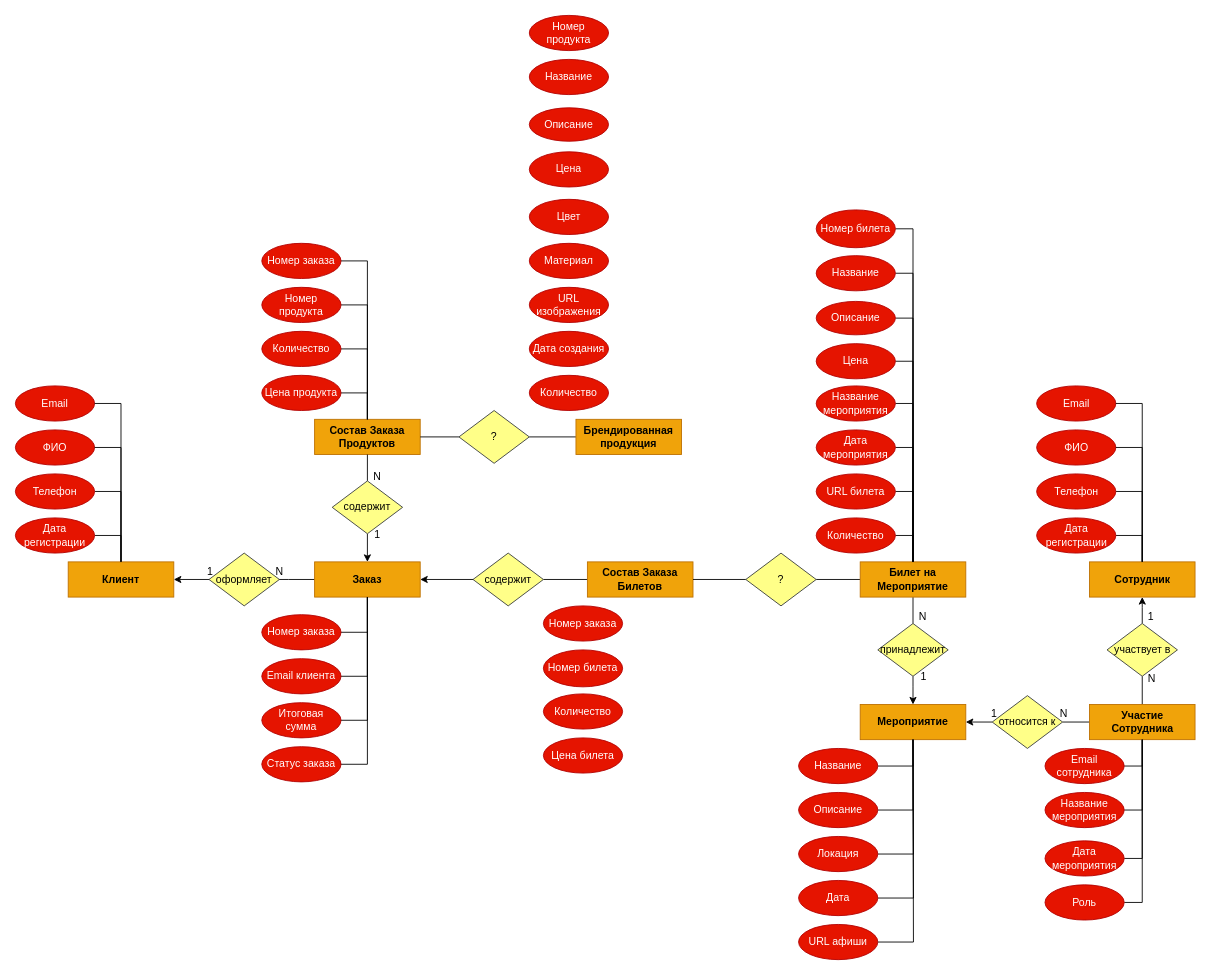
Earlier version of the draw.io diagram ud1.drawio (softqwak/ud). Source tidied: cells renumbered, new cells numbered last; positions are measured from the earlier drawing's top-left corner, leaving out a move shared by most shapes. Both pictures are drawn from the tidied source at 88%, with x=0, y=0 at pixel (15, 15).
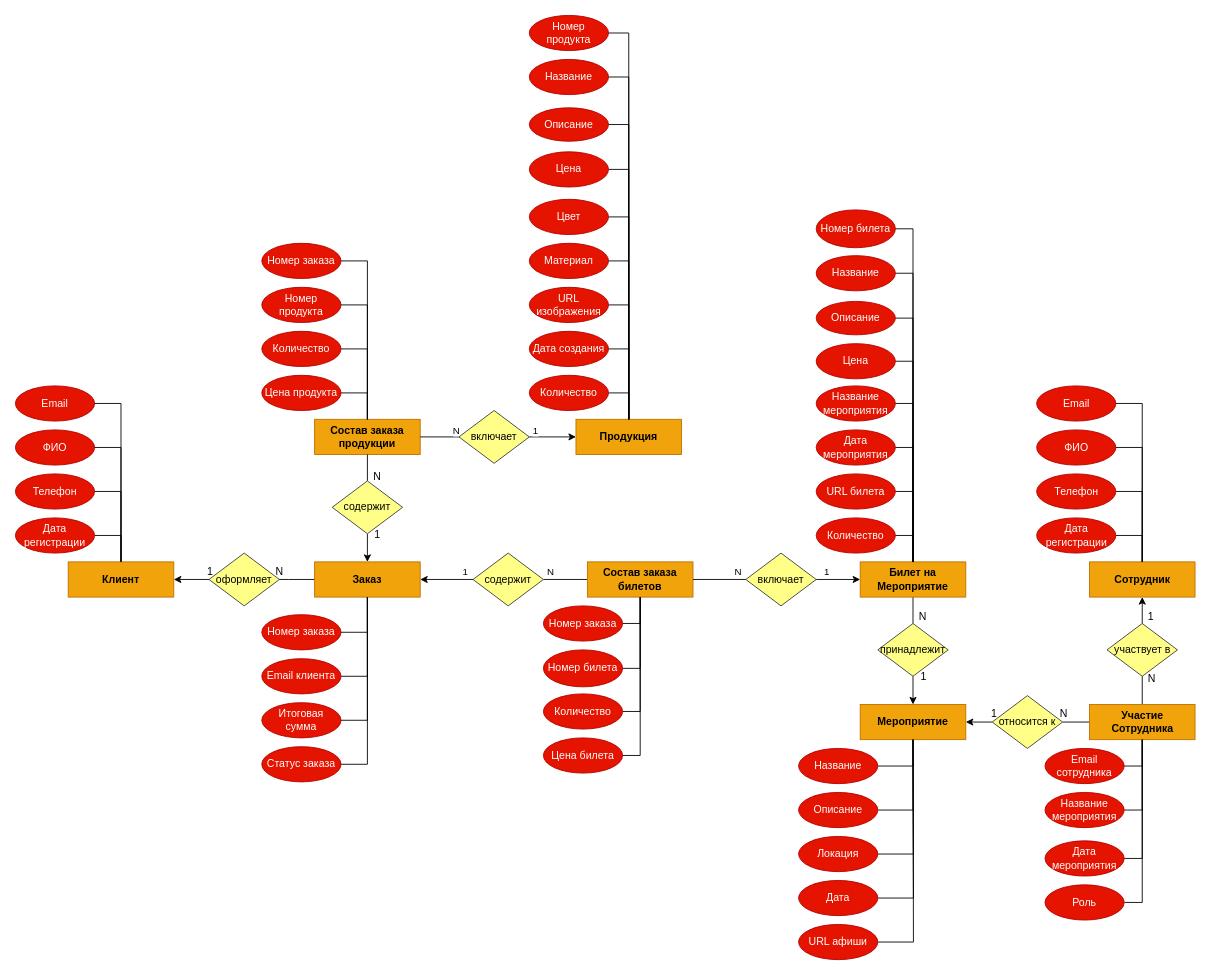
After the change.

The change refers to these unchanged cells:
```xml
<mxCell id="29" value="Билет на Мероприятие" style="rounded=0;whiteSpace=wrap;html=1;fillColor=#f0a30a;fontColor=#000000;strokeColor=#BD7000;fontStyle=1;" parent="1" vertex="1">
  <mxGeometry x="960" y="621" width="120" height="40" as="geometry" />
</mxCell>
<mxCell id="44" value="Номер продукта" style="ellipse;whiteSpace=wrap;html=1;fillColor=#e51400;fontColor=#ffffff;strokeColor=#B20000;" parent="1" vertex="1">
  <mxGeometry x="584" width="90" height="40" as="geometry" />
</mxCell>
<mxCell id="45" value="Цвет" style="ellipse;whiteSpace=wrap;html=1;fillColor=#e51400;fontColor=#ffffff;strokeColor=#B20000;" parent="1" vertex="1">
  <mxGeometry x="584" y="209" width="90" height="40" as="geometry" />
</mxCell>
<mxCell id="46" value="Материал" style="ellipse;whiteSpace=wrap;html=1;fillColor=#e51400;fontColor=#ffffff;strokeColor=#B20000;" parent="1" vertex="1">
  <mxGeometry x="584" y="259" width="90" height="40" as="geometry" />
</mxCell>
<mxCell id="98" value="Название" style="ellipse;whiteSpace=wrap;html=1;fillColor=#e51400;fontColor=#ffffff;strokeColor=#B20000;" parent="1" vertex="1">
  <mxGeometry x="584" y="50" width="90" height="40" as="geometry" />
</mxCell>
<mxCell id="99" value="Описание" style="ellipse;whiteSpace=wrap;html=1;fillColor=#e51400;fontColor=#ffffff;strokeColor=#B20000;" parent="1" vertex="1">
  <mxGeometry x="584" y="105" width="90" height="38" as="geometry" />
</mxCell>
<mxCell id="100" value="Цена" style="ellipse;whiteSpace=wrap;html=1;fillColor=#e51400;fontColor=#ffffff;strokeColor=#B20000;" parent="1" vertex="1">
  <mxGeometry x="584" y="155" width="90" height="40" as="geometry" />
</mxCell>
<mxCell id="101" value="URL изображения" style="ellipse;whiteSpace=wrap;html=1;fillColor=#e51400;fontColor=#ffffff;strokeColor=#B20000;" parent="1" vertex="1">
  <mxGeometry x="584" y="309" width="90" height="40" as="geometry" />
</mxCell>
<mxCell id="102" value="Дата создания" style="ellipse;whiteSpace=wrap;html=1;fillColor=#e51400;fontColor=#ffffff;strokeColor=#B20000;" parent="1" vertex="1">
  <mxGeometry x="584" y="359" width="90" height="40" as="geometry" />
</mxCell>
<mxCell id="109" value="Количество" style="ellipse;whiteSpace=wrap;html=1;fillColor=#e51400;fontColor=#ffffff;strokeColor=#B20000;" parent="1" vertex="1">
  <mxGeometry x="584" y="409" width="90" height="40" as="geometry" />
</mxCell>
<mxCell id="112" style="edgeStyle=orthogonalEdgeStyle;shape=connector;rounded=0;jettySize=auto;html=1;exitX=0;exitY=0.5;exitDx=0;exitDy=0;entryX=1;entryY=0.5;entryDx=0;entryDy=0;strokeColor=default;align=center;verticalAlign=middle;fontFamily=Helvetica;fontSize=11;fontColor=default;labelBackgroundColor=default;endArrow=none;endFill=0;" parent="1" edge="1" source="113" target="119">
  <mxGeometry relative="1" as="geometry" />
</mxCell>
<mxCell id="114" value="Номер заказа" style="ellipse;whiteSpace=wrap;html=1;fillColor=#e51400;fontColor=#ffffff;strokeColor=#B20000;" parent="1" vertex="1">
  <mxGeometry x="600" y="671" width="90" height="40" as="geometry" />
</mxCell>
<mxCell id="115" value="Номер билета" style="ellipse;whiteSpace=wrap;html=1;fillColor=#e51400;fontColor=#ffffff;strokeColor=#B20000;" parent="1" vertex="1">
  <mxGeometry x="600" y="721" width="90" height="42" as="geometry" />
</mxCell>
<mxCell id="116" value="Количество" style="ellipse;whiteSpace=wrap;html=1;fillColor=#e51400;fontColor=#ffffff;strokeColor=#B20000;" parent="1" vertex="1">
  <mxGeometry x="600" y="771" width="90" height="40" as="geometry" />
</mxCell>
<mxCell id="117" value="Цена билета" style="ellipse;whiteSpace=wrap;html=1;fillColor=#e51400;fontColor=#ffffff;strokeColor=#B20000;" parent="1" vertex="1">
  <mxGeometry x="600" y="821" width="90" height="40" as="geometry" />
</mxCell>
<mxCell id="118" style="edgeStyle=orthogonalEdgeStyle;shape=connector;rounded=0;jettySize=auto;html=1;exitX=0;exitY=0.5;exitDx=0;exitDy=0;entryX=1;entryY=0.5;entryDx=0;entryDy=0;strokeColor=default;align=center;verticalAlign=middle;fontFamily=Helvetica;fontSize=11;fontColor=default;labelBackgroundColor=default;endArrow=classic;endFill=1;" parent="1" edge="1" source="119" target="11">
  <mxGeometry relative="1" as="geometry" />
</mxCell>
<mxCell id="120" style="edgeStyle=orthogonalEdgeStyle;shape=connector;rounded=0;jettySize=auto;html=1;exitX=0;exitY=0.5;exitDx=0;exitDy=0;entryX=1;entryY=0.5;entryDx=0;entryDy=0;strokeColor=default;align=center;verticalAlign=middle;fontFamily=Helvetica;fontSize=11;fontColor=default;labelBackgroundColor=default;endArrow=none;endFill=0;" parent="1" edge="1" source="121" target="12">
  <mxGeometry relative="1" as="geometry" />
</mxCell>
<mxCell id="122" style="edgeStyle=orthogonalEdgeStyle;shape=connector;rounded=0;jettySize=auto;html=1;exitX=0;exitY=0.5;exitDx=0;exitDy=0;entryX=1;entryY=0.5;entryDx=0;entryDy=0;strokeColor=default;align=center;verticalAlign=middle;fontFamily=Helvetica;fontSize=11;fontColor=default;labelBackgroundColor=default;endArrow=none;endFill=0;" parent="1" edge="1" source="123" target="113">
  <mxGeometry relative="1" as="geometry" />
</mxCell>
```

The edit, as a diff of the source:
```diff
@@
-    <mxCell id="12" value="Состав Заказа Продуктов" style="rounded=0;whiteSpace=wrap;html=1;fillColor=#f0a30a;fontColor=#000000;strokeColor=#BD7000;fontStyle=1;" parent="1" vertex="1">
+    <mxCell id="12" value="Состав заказа продукции" style="rounded=0;whiteSpace=wrap;html=1;fillColor=#f0a30a;fontColor=#000000;strokeColor=#BD7000;fontStyle=1;" parent="1" vertex="1">
       <mxGeometry x="340" y="459" width="120" height="40" as="geometry" />
     </mxCell>
@@
-    <mxCell id="14" style="edgeStyle=orthogonalEdgeStyle;shape=connector;rounded=0;jettySize=auto;html=1;exitX=0;exitY=0.5;exitDx=0;exitDy=0;entryX=1;entryY=0.5;entryDx=0;entryDy=0;strokeColor=default;align=center;verticalAlign=middle;fontFamily=Helvetica;fontSize=11;fontColor=default;labelBackgroundColor=default;endArrow=none;endFill=0;" parent="1" edge="1" source="15" target="121">
-      <mxGeometry relative="1" as="geometry" />
-    </mxCell>
-    <mxCell id="15" value="Брендированная продукция" style="rounded=0;whiteSpace=wrap;html=1;fillColor=#f0a30a;fontColor=#000000;strokeColor=#BD7000;fontStyle=1;" parent="1" vertex="1">
+    <mxCell id="15" value="Продукция" style="rounded=0;whiteSpace=wrap;html=1;fillColor=#f0a30a;fontColor=#000000;strokeColor=#BD7000;fontStyle=1;" parent="1" vertex="1">
       <mxGeometry x="637" y="459" width="120" height="40" as="geometry" />
     </mxCell>
@@
-    <mxCell id="28" style="edgeStyle=orthogonalEdgeStyle;shape=connector;rounded=0;jettySize=auto;html=1;exitX=0;exitY=0.5;exitDx=0;exitDy=0;entryX=1;entryY=0.5;entryDx=0;entryDy=0;strokeColor=default;align=center;verticalAlign=middle;fontFamily=Helvetica;fontSize=11;fontColor=default;labelBackgroundColor=default;endArrow=none;endFill=0;" parent="1" edge="1" source="29" target="123">
-      <mxGeometry relative="1" as="geometry" />
-    </mxCell>
@@
+    <mxCell id="124" style="edgeStyle=orthogonalEdgeStyle;shape=connector;rounded=0;jettySize=auto;html=1;exitX=1;exitY=0.5;exitDx=0;exitDy=0;entryX=0.5;entryY=0;entryDx=0;entryDy=0;strokeColor=default;align=center;verticalAlign=middle;fontFamily=Helvetica;fontSize=11;fontColor=default;labelBackgroundColor=default;endArrow=none;endFill=0;" parent="1" edge="1" source="44" target="15">
+      <mxGeometry relative="1" as="geometry" />
+    </mxCell>
@@
+    <mxCell id="125" style="edgeStyle=orthogonalEdgeStyle;shape=connector;rounded=0;jettySize=auto;html=1;exitX=1;exitY=0.5;exitDx=0;exitDy=0;entryX=0.5;entryY=0;entryDx=0;entryDy=0;strokeColor=default;align=center;verticalAlign=middle;fontFamily=Helvetica;fontSize=11;fontColor=default;labelBackgroundColor=default;endArrow=none;endFill=0;" parent="1" edge="1" source="45" target="15">
+      <mxGeometry relative="1" as="geometry" />
+    </mxCell>
@@
+    <mxCell id="126" style="edgeStyle=orthogonalEdgeStyle;shape=connector;rounded=0;jettySize=auto;html=1;exitX=1;exitY=0.5;exitDx=0;exitDy=0;entryX=0.5;entryY=0;entryDx=0;entryDy=0;strokeColor=default;align=center;verticalAlign=middle;fontFamily=Helvetica;fontSize=11;fontColor=default;labelBackgroundColor=default;endArrow=none;endFill=0;" parent="1" edge="1" source="46" target="15">
+      <mxGeometry relative="1" as="geometry" />
+    </mxCell>
@@
+    <mxCell id="127" style="edgeStyle=orthogonalEdgeStyle;shape=connector;rounded=0;jettySize=auto;html=1;exitX=1;exitY=0.5;exitDx=0;exitDy=0;entryX=0.5;entryY=0;entryDx=0;entryDy=0;strokeColor=default;align=center;verticalAlign=middle;fontFamily=Helvetica;fontSize=11;fontColor=default;labelBackgroundColor=default;endArrow=none;endFill=0;" parent="1" edge="1" source="98" target="15">
+      <mxGeometry relative="1" as="geometry" />
+    </mxCell>
@@
+    <mxCell id="128" style="edgeStyle=orthogonalEdgeStyle;shape=connector;rounded=0;jettySize=auto;html=1;exitX=1;exitY=0.5;exitDx=0;exitDy=0;entryX=0.5;entryY=0;entryDx=0;entryDy=0;strokeColor=default;align=center;verticalAlign=middle;fontFamily=Helvetica;fontSize=11;fontColor=default;labelBackgroundColor=default;endArrow=none;endFill=0;" parent="1" edge="1" source="99" target="15">
+      <mxGeometry relative="1" as="geometry" />
+    </mxCell>
@@
+    <mxCell id="129" style="edgeStyle=orthogonalEdgeStyle;shape=connector;rounded=0;jettySize=auto;html=1;exitX=1;exitY=0.5;exitDx=0;exitDy=0;strokeColor=default;align=center;verticalAlign=middle;fontFamily=Helvetica;fontSize=11;fontColor=default;labelBackgroundColor=default;endArrow=none;endFill=0;entryX=0.5;entryY=0;entryDx=0;entryDy=0;" parent="1" edge="1" source="100" target="15">
+      <mxGeometry relative="1" as="geometry" />
+    </mxCell>
@@
+    <mxCell id="130" style="edgeStyle=orthogonalEdgeStyle;shape=connector;rounded=0;jettySize=auto;html=1;exitX=1;exitY=0.5;exitDx=0;exitDy=0;entryX=0.5;entryY=0;entryDx=0;entryDy=0;strokeColor=default;align=center;verticalAlign=middle;fontFamily=Helvetica;fontSize=11;fontColor=default;labelBackgroundColor=default;endArrow=none;endFill=0;" parent="1" edge="1" source="101" target="15">
+      <mxGeometry relative="1" as="geometry" />
+    </mxCell>
@@
+    <mxCell id="131" style="edgeStyle=orthogonalEdgeStyle;shape=connector;rounded=0;jettySize=auto;html=1;exitX=1;exitY=0.5;exitDx=0;exitDy=0;entryX=0.5;entryY=0;entryDx=0;entryDy=0;strokeColor=default;align=center;verticalAlign=middle;fontFamily=Helvetica;fontSize=11;fontColor=default;labelBackgroundColor=default;endArrow=none;endFill=0;" parent="1" edge="1" source="102" target="15">
+      <mxGeometry relative="1" as="geometry" />
+    </mxCell>
@@
+    <mxCell id="132" style="edgeStyle=orthogonalEdgeStyle;shape=connector;rounded=0;jettySize=auto;html=1;exitX=1;exitY=0.5;exitDx=0;exitDy=0;entryX=0.5;entryY=0;entryDx=0;entryDy=0;strokeColor=default;align=center;verticalAlign=middle;fontFamily=Helvetica;fontSize=11;fontColor=default;labelBackgroundColor=default;endArrow=none;endFill=0;" parent="1" edge="1" source="109" target="15">
+      <mxGeometry relative="1" as="geometry" />
+    </mxCell>
@@
+    <mxCell id="133" value="N" style="edgeLabel;html=1;align=center;verticalAlign=middle;fontFamily=Helvetica;fontSize=11;fontColor=default;labelBackgroundColor=default;" parent="112" vertex="1">
+      <mxGeometry x="0.72" relative="1" as="geometry">
+        <mxPoint y="-10" as="offset" />
+      </mxGeometry>
+    </mxCell>
-    <mxCell id="113" value="Состав Заказа Билетов" style="rounded=0;whiteSpace=wrap;html=1;fillColor=#f0a30a;fontColor=#000000;strokeColor=#BD7000;fontStyle=1;" parent="1" vertex="1">
+    <mxCell id="113" value="Состав заказа билетов" style="rounded=0;whiteSpace=wrap;html=1;fillColor=#f0a30a;fontColor=#000000;strokeColor=#BD7000;fontStyle=1;" parent="1" vertex="1">
       <mxGeometry x="650" y="621" width="120" height="40" as="geometry" />
     </mxCell>
+    <mxCell id="134" style="edgeStyle=orthogonalEdgeStyle;rounded=0;jettySize=auto;html=1;exitX=1;exitY=0.5;exitDx=0;exitDy=0;entryX=0.5;entryY=1;entryDx=0;entryDy=0;endArrow=none;endFill=0;" parent="1" edge="1" source="114" target="113">
+      <mxGeometry relative="1" as="geometry" />
+    </mxCell>
@@
+    <mxCell id="135" style="edgeStyle=orthogonalEdgeStyle;shape=connector;rounded=0;jettySize=auto;html=1;exitX=1;exitY=0.5;exitDx=0;exitDy=0;entryX=0.5;entryY=1;entryDx=0;entryDy=0;strokeColor=default;align=center;verticalAlign=middle;fontFamily=Helvetica;fontSize=11;fontColor=default;labelBackgroundColor=default;endArrow=none;endFill=0;" parent="1" edge="1" source="115" target="113">
+      <mxGeometry relative="1" as="geometry" />
+    </mxCell>
@@
+    <mxCell id="136" style="edgeStyle=orthogonalEdgeStyle;shape=connector;rounded=0;jettySize=auto;html=1;exitX=1;exitY=0.5;exitDx=0;exitDy=0;entryX=0.5;entryY=1;entryDx=0;entryDy=0;strokeColor=default;align=center;verticalAlign=middle;fontFamily=Helvetica;fontSize=11;fontColor=default;labelBackgroundColor=default;endArrow=none;endFill=0;" parent="1" edge="1" source="116" target="113">
+      <mxGeometry relative="1" as="geometry" />
+    </mxCell>
@@
+    <mxCell id="137" style="edgeStyle=orthogonalEdgeStyle;shape=connector;rounded=0;jettySize=auto;html=1;exitX=1;exitY=0.5;exitDx=0;exitDy=0;entryX=0.5;entryY=1;entryDx=0;entryDy=0;strokeColor=default;align=center;verticalAlign=middle;fontFamily=Helvetica;fontSize=11;fontColor=default;labelBackgroundColor=default;endArrow=none;endFill=0;" parent="1" edge="1" source="117" target="113">
+      <mxGeometry relative="1" as="geometry" />
+    </mxCell>
@@
+    <mxCell id="138" value="1" style="edgeLabel;html=1;align=center;verticalAlign=middle;fontFamily=Helvetica;fontSize=11;fontColor=default;labelBackgroundColor=default;" parent="118" vertex="1">
+      <mxGeometry x="0.41" y="1" relative="1" as="geometry">
+        <mxPoint x="32" y="-11" as="offset" />
+      </mxGeometry>
+    </mxCell>
@@
+    <mxCell id="139" value="N" style="edgeLabel;html=1;align=center;verticalAlign=middle;fontFamily=Helvetica;fontSize=11;fontColor=default;labelBackgroundColor=default;" parent="120" vertex="1">
+      <mxGeometry x="-0.4" y="-1" relative="1" as="geometry">
+        <mxPoint x="9" y="-7" as="offset" />
+      </mxGeometry>
+    </mxCell>
+    <mxCell id="140" style="edgeStyle=orthogonalEdgeStyle;shape=connector;rounded=0;jettySize=auto;html=1;exitX=1;exitY=0.5;exitDx=0;exitDy=0;entryX=0;entryY=0.5;entryDx=0;entryDy=0;strokeColor=default;align=center;verticalAlign=middle;fontFamily=Helvetica;fontSize=11;fontColor=default;labelBackgroundColor=default;endArrow=classic;endFill=1;" parent="1" edge="1" source="121" target="15">
+      <mxGeometry relative="1" as="geometry" />
+    </mxCell>
+    <mxCell id="141" value="1" style="edgeLabel;html=1;align=center;verticalAlign=middle;fontFamily=Helvetica;fontSize=11;fontColor=default;labelBackgroundColor=default;" parent="140" vertex="1">
+      <mxGeometry x="-0.02" y="-2" relative="1" as="geometry">
+        <mxPoint x="-20" y="-10" as="offset" />
+      </mxGeometry>
+    </mxCell>
-    <mxCell id="121" value="?" style="rhombus;whiteSpace=wrap;html=1;rounded=0;strokeColor=#36393d;align=center;verticalAlign=middle;fontFamily=Helvetica;fontSize=12;fontColor=default;fontStyle=0;fillColor=#ffff88;" parent="1" vertex="1">
+    <mxCell id="121" value="включает" style="rhombus;whiteSpace=wrap;html=1;rounded=0;strokeColor=#36393d;align=center;verticalAlign=middle;fontFamily=Helvetica;fontSize=12;fontColor=default;fontStyle=0;fillColor=#ffff88;" parent="1" vertex="1">
       <mxGeometry x="504" y="449" width="80" height="60" as="geometry" />
     </mxCell>
@@
+    <mxCell id="142" value="N" style="edgeLabel;html=1;align=center;verticalAlign=middle;fontFamily=Helvetica;fontSize=11;fontColor=default;labelBackgroundColor=default;" parent="122" vertex="1">
+      <mxGeometry x="-0.58" relative="1" as="geometry">
+        <mxPoint x="3" y="-10" as="offset" />
+      </mxGeometry>
+    </mxCell>
+    <mxCell id="143" style="edgeStyle=orthogonalEdgeStyle;shape=connector;rounded=0;jettySize=auto;html=1;exitX=1;exitY=0.5;exitDx=0;exitDy=0;entryX=0;entryY=0.5;entryDx=0;entryDy=0;strokeColor=default;align=center;verticalAlign=middle;fontFamily=Helvetica;fontSize=11;fontColor=default;labelBackgroundColor=default;endArrow=classic;endFill=1;" parent="1" edge="1" source="123" target="29">
+      <mxGeometry relative="1" as="geometry" />
+    </mxCell>
+    <mxCell id="144" value="1" style="edgeLabel;html=1;align=center;verticalAlign=middle;fontFamily=Helvetica;fontSize=11;fontColor=default;labelBackgroundColor=default;" parent="143" vertex="1">
+      <mxGeometry x="-0.5" relative="1" as="geometry">
+        <mxPoint x="-2" y="-10" as="offset" />
+      </mxGeometry>
+    </mxCell>
-    <mxCell id="123" value="?" style="rhombus;whiteSpace=wrap;html=1;rounded=0;strokeColor=#36393d;align=center;verticalAlign=middle;fontFamily=Helvetica;fontSize=12;fontColor=default;fontStyle=0;fillColor=#ffff88;" parent="1" vertex="1">
+    <mxCell id="123" value="включает" style="rhombus;whiteSpace=wrap;html=1;rounded=0;strokeColor=#36393d;align=center;verticalAlign=middle;fontFamily=Helvetica;fontSize=12;fontColor=default;fontStyle=0;fillColor=#ffff88;" parent="1" vertex="1">
       <mxGeometry x="830" y="611" width="80" height="60" as="geometry" />
     </mxCell>
```
